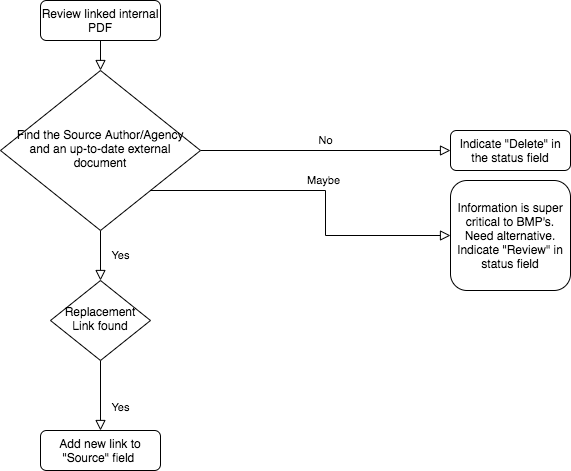
The draw.io diagram PDFLinkWorkflow.png in tsmcgrath/BMPStaging, before a commit. Source tidied: cells renumbered, new cells last; positions are measured from the earlier drawing's top-left corner, leaving out a move shared by most shapes. Source of this version:
```xml
<mxGraphModel>
  <root>
    <mxCell id="0" />
    <mxCell id="1" parent="0" />
    <mxCell id="2" style="rounded=0;html=1;jettySize=auto;fontSize=11;endArrow=block;endFill=0;endSize=8;strokeWidth=1;shadow=0;labelBackgroundColor=none;edgeStyle=orthogonalEdgeStyle;" parent="1" edge="1" source="3" target="6">
      <mxGeometry relative="1" as="geometry" />
    </mxCell>
    <mxCell id="3" value="Review linked internal PDF" style="rounded=1;whiteSpace=wrap;html=1;fontSize=12;glass=0;strokeWidth=1;shadow=0;" parent="1" vertex="1">
      <mxGeometry x="40" width="120" height="40" as="geometry" />
    </mxCell>
    <mxCell id="4" value="Yes" style="rounded=0;html=1;jettySize=auto;fontSize=11;endArrow=block;endFill=0;endSize=8;strokeWidth=1;shadow=0;labelBackgroundColor=none;edgeStyle=orthogonalEdgeStyle;" parent="1" edge="1" source="6" target="9">
      <mxGeometry y="20" relative="1" as="geometry" />
    </mxCell>
    <mxCell id="5" value="No" style="edgeStyle=orthogonalEdgeStyle;rounded=0;html=1;jettySize=auto;fontSize=11;endArrow=block;endFill=0;endSize=8;strokeWidth=1;shadow=0;labelBackgroundColor=none;" parent="1" edge="1" source="6" target="7">
      <mxGeometry y="10" relative="1" as="geometry" />
    </mxCell>
    <mxCell id="6" value="Find the Source Author/Agency and an up-to-date external document" style="rhombus;whiteSpace=wrap;html=1;shadow=0;fontFamily=Helvetica;fontSize=12;align=center;strokeWidth=1;spacing=6;spacingTop=-4;" parent="1" vertex="1">
      <mxGeometry y="70" width="200" height="160" as="geometry" />
    </mxCell>
    <mxCell id="7" value="Indicate &quot;Delete&quot; in the status field" style="rounded=1;whiteSpace=wrap;html=1;fontSize=12;glass=0;strokeWidth=1;shadow=0;" parent="1" vertex="1">
      <mxGeometry x="450" y="130" width="120" height="40" as="geometry" />
    </mxCell>
    <mxCell id="8" value="Yes" style="rounded=0;html=1;jettySize=auto;fontSize=11;endArrow=block;endFill=0;endSize=8;strokeWidth=1;shadow=0;labelBackgroundColor=none;edgeStyle=orthogonalEdgeStyle;" parent="1" edge="1" source="9" target="10">
      <mxGeometry x="0.33" y="20" relative="1" as="geometry" />
    </mxCell>
    <mxCell id="9" value="Replacement Link found" style="rhombus;whiteSpace=wrap;html=1;shadow=0;fontFamily=Helvetica;fontSize=12;align=center;strokeWidth=1;spacing=6;spacingTop=-4;" parent="1" vertex="1">
      <mxGeometry x="50" y="280" width="100" height="80" as="geometry" />
    </mxCell>
    <mxCell id="10" value="Add new link to &quot;Source&quot; field&amp;nbsp;" style="rounded=1;whiteSpace=wrap;html=1;fontSize=12;glass=0;strokeWidth=1;shadow=0;" parent="1" vertex="1">
      <mxGeometry x="40" y="430" width="120" height="40" as="geometry" />
    </mxCell>
    <mxCell id="11" value="Maybe" style="edgeStyle=orthogonalEdgeStyle;rounded=0;html=1;jettySize=auto;fontSize=11;endArrow=block;endFill=0;endSize=8;strokeWidth=1;shadow=0;labelBackgroundColor=none;exitX=1;exitY=1;exitDx=0;exitDy=0;" parent="1" edge="1" source="6" target="12">
      <mxGeometry y="10" relative="1" as="geometry">
        <Array as="points">
          <mxPoint x="325" y="190" />
          <mxPoint x="325" y="235" />
        </Array>
      </mxGeometry>
    </mxCell>
    <mxCell id="12" value="Information is super critical to BMP's. Need alternative. Indicate &quot;Review&quot; in status field" style="rounded=1;whiteSpace=wrap;html=1;fontSize=12;glass=0;strokeWidth=1;shadow=0;" parent="1" vertex="1">
      <mxGeometry x="450" y="180" width="120" height="110" as="geometry" />
    </mxCell>
  </root>
</mxGraphModel>
```
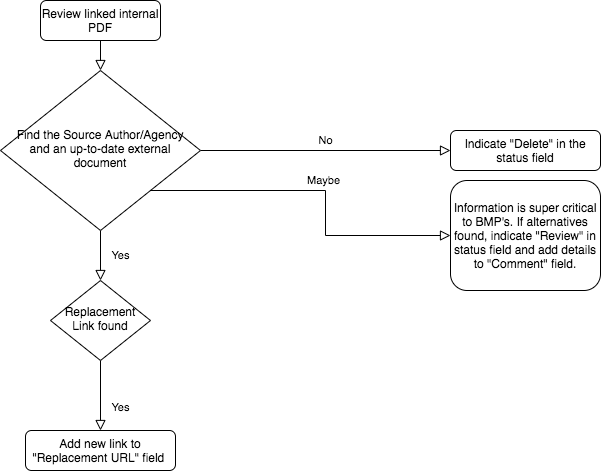
The same diagram one commit later.

What changed in the source:
```diff
@@ -14,11 +14,11 @@
     <mxCell id="5" value="No" style="edgeStyle=orthogonalEdgeStyle;rounded=0;html=1;jettySize=auto;fontSize=11;endArrow=block;endFill=0;endSize=8;strokeWidth=1;shadow=0;labelBackgroundColor=none;" parent="1" edge="1" source="6" target="7">
       <mxGeometry y="10" relative="1" as="geometry" />
     </mxCell>
-    <mxCell id="6" value="Find the Source Author/Agency and an up-to-date external document" style="rhombus;whiteSpace=wrap;html=1;shadow=0;fontFamily=Helvetica;fontSize=12;align=center;strokeWidth=1;spacing=6;spacingTop=-4;" parent="1" vertex="1">
+    <mxCell id="6" value="Find the Source Author/Agency and an up-to-date external document" style="rhombus;whiteSpace=wrap;html=1;shadow=0;fontFamily=Helvetica;fontSize=12;align=center;strokeWidth=1;spacing=6;spacingTop=-4;labelPosition=center;verticalLabelPosition=middle;verticalAlign=middle;" parent="1" vertex="1">
       <mxGeometry y="70" width="200" height="160" as="geometry" />
     </mxCell>
     <mxCell id="7" value="Indicate &quot;Delete&quot; in the status field" style="rounded=1;whiteSpace=wrap;html=1;fontSize=12;glass=0;strokeWidth=1;shadow=0;" parent="1" vertex="1">
-      <mxGeometry x="450" y="130" width="120" height="40" as="geometry" />
+      <mxGeometry x="450" y="130" width="150" height="40" as="geometry" />
     </mxCell>
     <mxCell id="8" value="Yes" style="rounded=0;html=1;jettySize=auto;fontSize=11;endArrow=block;endFill=0;endSize=8;strokeWidth=1;shadow=0;labelBackgroundColor=none;edgeStyle=orthogonalEdgeStyle;" parent="1" edge="1" source="9" target="10">
       <mxGeometry x="0.33" y="20" relative="1" as="geometry" />
@@ -26,8 +26,8 @@
     <mxCell id="9" value="Replacement Link found" style="rhombus;whiteSpace=wrap;html=1;shadow=0;fontFamily=Helvetica;fontSize=12;align=center;strokeWidth=1;spacing=6;spacingTop=-4;" parent="1" vertex="1">
       <mxGeometry x="50" y="280" width="100" height="80" as="geometry" />
     </mxCell>
-    <mxCell id="10" value="Add new link to &quot;Source&quot; field&amp;nbsp;" style="rounded=1;whiteSpace=wrap;html=1;fontSize=12;glass=0;strokeWidth=1;shadow=0;" parent="1" vertex="1">
-      <mxGeometry x="40" y="430" width="120" height="40" as="geometry" />
+    <mxCell id="10" value="Add new link to &quot;Replacement URL&quot; field&amp;nbsp;" style="rounded=1;whiteSpace=wrap;html=1;fontSize=12;glass=0;strokeWidth=1;shadow=0;" parent="1" vertex="1">
+      <mxGeometry x="25" y="430" width="150" height="40" as="geometry" />
     </mxCell>
     <mxCell id="11" value="Maybe" style="edgeStyle=orthogonalEdgeStyle;rounded=0;html=1;jettySize=auto;fontSize=11;endArrow=block;endFill=0;endSize=8;strokeWidth=1;shadow=0;labelBackgroundColor=none;exitX=1;exitY=1;exitDx=0;exitDy=0;" parent="1" edge="1" source="6" target="12">
       <mxGeometry y="10" relative="1" as="geometry">
@@ -37,8 +37,8 @@
         </Array>
       </mxGeometry>
     </mxCell>
-    <mxCell id="12" value="Information is super critical to BMP's. Need alternative. Indicate &quot;Review&quot; in status field" style="rounded=1;whiteSpace=wrap;html=1;fontSize=12;glass=0;strokeWidth=1;shadow=0;" parent="1" vertex="1">
-      <mxGeometry x="450" y="180" width="120" height="110" as="geometry" />
+    <mxCell id="12" value="Information is super critical to BMP's. If alternatives found, indicate &quot;Review&quot; in status field and add details to &quot;Comment&quot; field." style="rounded=1;whiteSpace=wrap;html=1;fontSize=12;glass=0;strokeWidth=1;shadow=0;" parent="1" vertex="1">
+      <mxGeometry x="450" y="180" width="150" height="110" as="geometry" />
     </mxCell>
   </root>
 </mxGraphModel>
```
